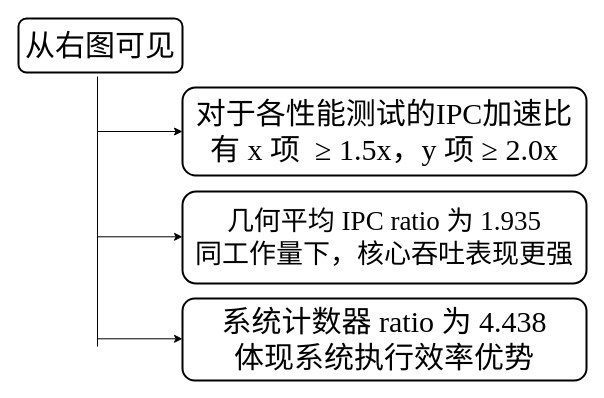
Above: assets/drawio/score.drawio in 26nscscc-HITSZ-PleaseTypeText/PTT-ppt (draw.io), before the change. Source tidied: cells renumbered, new cells numbered last; positions are measured from the earlier drawing's top-left corner, leaving out a move shared by most shapes. Both pictures are drawn from the tidied source at 100%, with x=0, y=0 at pixel (18, 18).
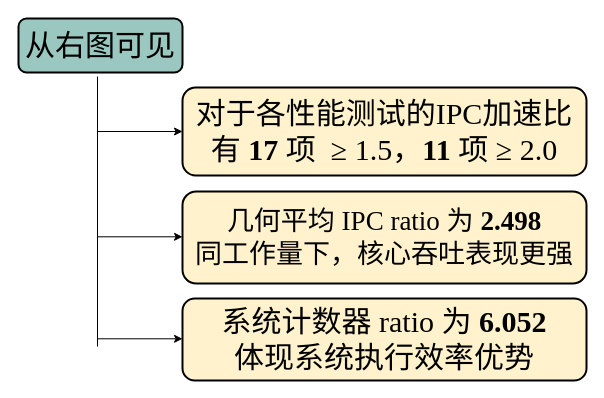
Above is the later version.

Change to the diagram source:
```diff
@@
 <mxGraphModel>
   <root>
     <mxCell id="0" />
     <mxCell id="1" parent="0" />
-    <mxCell id="2" value="&lt;font face=&quot;Garamond&quot;&gt;从右图可见&lt;/font&gt;" style="rounded=1;whiteSpace=wrap;html=1;strokeWidth=2;fontSize=30;fontFamily=Microsoft YaHei;align=center;verticalAlign=middle;spacing=8;" parent="1" vertex="1">
+    <mxCell id="2" value="&lt;font face=&quot;Garamond&quot;&gt;从右图可见&lt;/font&gt;" style="rounded=1;whiteSpace=wrap;html=1;strokeWidth=2;fontSize=30;fontFamily=Microsoft YaHei;align=center;verticalAlign=middle;spacing=8;fillColor=#9AC7BF;" parent="1" vertex="1">
       <mxGeometry width="164" height="54" as="geometry" />
     </mxCell>
-    <mxCell id="3" value="&lt;font face=&quot;Garamond&quot; style=&quot;font-size: 30px;&quot;&gt;对于各性能测试的IPC加速比&lt;/font&gt;&lt;div&gt;&lt;font face=&quot;Garamond&quot; style=&quot;font-size: 30px;&quot;&gt;有 x 项&amp;nbsp; ≥ 1.5x，y 项 ≥ 2.0x&lt;/font&gt;&lt;/div&gt;" style="rounded=1;whiteSpace=wrap;html=1;strokeWidth=2;fontSize=28;fontFamily=Microsoft YaHei;align=center;verticalAlign=middle;spacing=8;" parent="1" vertex="1">
+    <mxCell id="3" value="&lt;font face=&quot;Garamond&quot; style=&quot;font-size: 30px;&quot;&gt;对于各性能测试的IPC加速比&lt;/font&gt;&lt;div&gt;&lt;font face=&quot;Garamond&quot; style=&quot;font-size: 30px;&quot;&gt;有 &lt;b&gt;17 &lt;/b&gt;项&amp;nbsp; ≥ 1.5，&lt;b&gt;11&lt;/b&gt; 项 ≥ 2.0&lt;/font&gt;&lt;/div&gt;" style="rounded=1;whiteSpace=wrap;html=1;strokeWidth=2;fontSize=28;fontFamily=Microsoft YaHei;align=center;verticalAlign=middle;spacing=8;fillColor=#FFF2CC;" parent="1" vertex="1">
       <mxGeometry x="164" y="69" width="404" height="88" as="geometry" />
     </mxCell>
-    <mxCell id="4" value="&lt;font face=&quot;Garamond&quot;&gt;几何平均 IPC ratio 为 1.935&lt;br&gt;同工作量下，核心吞吐表现更强&lt;/font&gt;" style="rounded=1;whiteSpace=wrap;html=1;strokeWidth=2;fontSize=27;fontFamily=Microsoft YaHei;align=center;verticalAlign=middle;spacing=8;" parent="1" vertex="1">
+    <mxCell id="4" value="&lt;font face=&quot;Garamond&quot;&gt;几何平均 IPC ratio 为 &lt;b&gt;2.498&lt;/b&gt;&lt;br&gt;同工作量下，核心吞吐表现更强&lt;/font&gt;" style="rounded=1;whiteSpace=wrap;html=1;strokeWidth=2;fontSize=27;fontFamily=Microsoft YaHei;align=center;verticalAlign=middle;spacing=8;fillColor=#FFF2CC;" parent="1" vertex="1">
       <mxGeometry x="164" y="173" width="404" height="92" as="geometry" />
     </mxCell>
-    <mxCell id="5" value="&lt;font face=&quot;Garamond&quot; style=&quot;font-size: 30px;&quot;&gt;系统计数器 ratio 为 4.438&lt;br&gt;体现系统执行效率优势&lt;/font&gt;" style="rounded=1;whiteSpace=wrap;html=1;strokeWidth=2;fontSize=27;fontFamily=Microsoft YaHei;align=center;verticalAlign=middle;spacing=8;" parent="1" vertex="1">
+    <mxCell id="5" value="&lt;font face=&quot;Garamond&quot; style=&quot;font-size: 30px;&quot;&gt;系统计数器 ratio 为 &lt;b&gt;6.052&lt;/b&gt;&lt;br&gt;体现系统执行效率优势&lt;/font&gt;" style="rounded=1;whiteSpace=wrap;html=1;strokeWidth=2;fontSize=27;fontFamily=Microsoft YaHei;align=center;verticalAlign=middle;spacing=8;fillColor=#FFF2CC;" parent="1" vertex="1">
       <mxGeometry x="164" y="280" width="404" height="82" as="geometry" />
     </mxCell>
     <mxCell id="6" style="endArrow=none;html=1;rounded=0;" parent="1" edge="1">
       <mxGeometry relative="1" as="geometry">
         <mxPoint x="79" y="328" as="sourcePoint" />
         <mxPoint x="79" y="58" as="targetPoint" />
       </mxGeometry>
     </mxCell>
     <mxCell id="7" style="endArrow=classic;html=1;rounded=0;entryX=0;entryY=0.5;entryDx=0;entryDy=0;" parent="1" edge="1" target="3">
       <mxGeometry relative="1" as="geometry">
         <mxPoint x="79" y="113" as="sourcePoint" />
       </mxGeometry>
     </mxCell>
     <mxCell id="8" style="endArrow=classic;html=1;rounded=0;entryX=0;entryY=0.5;entryDx=0;entryDy=0;" parent="1" edge="1">
       <mxGeometry relative="1" as="geometry">
         <mxPoint x="79" y="218.3" as="sourcePoint" />
         <mxPoint x="164" y="218.3" as="targetPoint" />
       </mxGeometry>
     </mxCell>
     <mxCell id="9" style="endArrow=classic;html=1;rounded=0;entryX=0;entryY=0.5;entryDx=0;entryDy=0;" parent="1" edge="1">
       <mxGeometry relative="1" as="geometry">
         <mxPoint x="79" y="320.3" as="sourcePoint" />
         <mxPoint x="164" y="320.3" as="targetPoint" />
       </mxGeometry>
     </mxCell>
   </root>
 </mxGraphModel>
```
